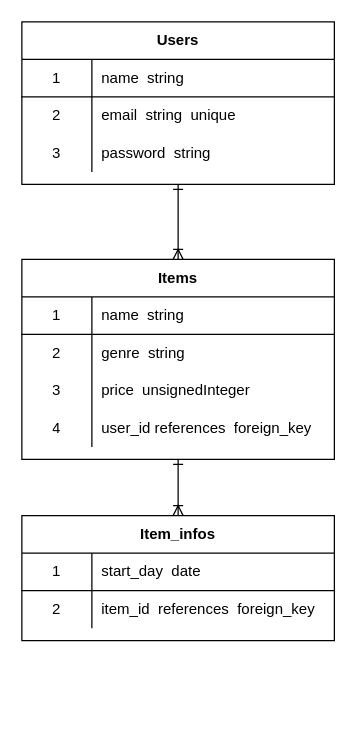
The draw.io diagram database_er.drawio in sawa8626/stocker, before the edit. Source tidied: cells renumbered, new cells numbered last; positions are measured from the earlier drawing's top-left corner, leaving out a move shared by most shapes. Both pictures are drawn from the tidied source at 125%, with x=0, y=0 at pixel (21, 21).
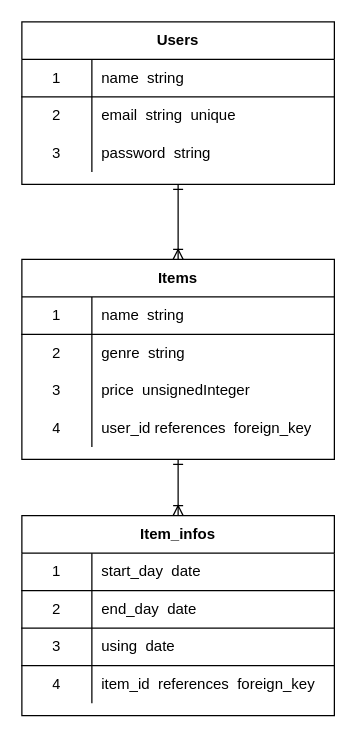
After the change.

What changed in the source:
```diff
@@
     <mxCell id="27" value="Item_infos" style="shape=table;html=1;whiteSpace=wrap;startSize=30;childLayout=tableLayout;rowLines=0;fontStyle=1;align=center;" parent="1" vertex="1">
-      <mxGeometry y="395" width="250" height="100" as="geometry" />
+      <mxGeometry y="395" width="250" height="160" as="geometry" />
     </mxCell>
+    <mxCell id="34" style="shape=partialRectangle;html=1;whiteSpace=wrap;fillColor=none;top=0;left=0;bottom=1;right=0;" parent="27" vertex="1">
+      <mxGeometry y="30" width="250" height="30" as="geometry" />
+    </mxCell>
+    <mxCell id="35" value="1" style="shape=partialRectangle;html=1;whiteSpace=wrap;fillColor=none;top=0;left=0;bottom=0;right=0;overflow=hidden;" parent="34" vertex="1">
+      <mxGeometry width="56" height="30" as="geometry" />
+    </mxCell>
+    <mxCell id="36" value="start_day&amp;nbsp; date" style="shape=partialRectangle;html=1;whiteSpace=wrap;fillColor=none;top=0;left=0;bottom=0;right=0;align=left;spacingLeft=6;overflow=hidden;" parent="34" vertex="1">
+      <mxGeometry x="56" width="194" height="30" as="geometry" />
+    </mxCell>
+    <mxCell id="37" style="shape=partialRectangle;html=1;whiteSpace=wrap;fillColor=none;top=0;left=0;bottom=1;right=0;" parent="27" vertex="1">
+      <mxGeometry y="60" width="250" height="30" as="geometry" />
+    </mxCell>
+    <mxCell id="38" value="2" style="shape=partialRectangle;html=1;whiteSpace=wrap;fillColor=none;top=0;left=0;bottom=0;right=0;overflow=hidden;" parent="37" vertex="1">
+      <mxGeometry width="56" height="30" as="geometry" />
+    </mxCell>
+    <mxCell id="39" value="end_day&amp;nbsp; date" style="shape=partialRectangle;html=1;whiteSpace=wrap;fillColor=none;top=0;left=0;bottom=0;right=0;align=left;spacingLeft=6;overflow=hidden;" parent="37" vertex="1">
+      <mxGeometry x="56" width="194" height="30" as="geometry" />
+    </mxCell>
     <mxCell id="28" style="shape=partialRectangle;html=1;whiteSpace=wrap;fillColor=none;top=0;left=0;bottom=1;right=0;" parent="27" vertex="1">
-      <mxGeometry y="30" width="250" height="30" as="geometry" />
+      <mxGeometry y="90" width="250" height="30" as="geometry" />
     </mxCell>
-    <mxCell id="29" value="1" style="shape=partialRectangle;html=1;whiteSpace=wrap;fillColor=none;top=0;left=0;bottom=0;right=0;overflow=hidden;" parent="28" vertex="1">
+    <mxCell id="29" value="3" style="shape=partialRectangle;html=1;whiteSpace=wrap;fillColor=none;top=0;left=0;bottom=0;right=0;overflow=hidden;" parent="28" vertex="1">
       <mxGeometry width="56" height="30" as="geometry" />
     </mxCell>
-    <mxCell id="30" value="start_day&amp;nbsp; date" style="shape=partialRectangle;html=1;whiteSpace=wrap;fillColor=none;top=0;left=0;bottom=0;right=0;align=left;spacingLeft=6;overflow=hidden;" parent="28" vertex="1">
+    <mxCell id="30" value="using&amp;nbsp; date" style="shape=partialRectangle;html=1;whiteSpace=wrap;fillColor=none;top=0;left=0;bottom=0;right=0;align=left;spacingLeft=6;overflow=hidden;" parent="28" vertex="1">
       <mxGeometry x="56" width="194" height="30" as="geometry" />
     </mxCell>
     <mxCell id="31" style="shape=partialRectangle;html=1;whiteSpace=wrap;fillColor=none;top=0;left=0;bottom=0;right=0;" parent="27" vertex="1">
-      <mxGeometry y="60" width="250" height="30" as="geometry" />
+      <mxGeometry y="120" width="250" height="30" as="geometry" />
     </mxCell>
-    <mxCell id="32" value="2" style="shape=partialRectangle;html=1;whiteSpace=wrap;fillColor=none;top=0;left=0;bottom=0;right=0;overflow=hidden;" parent="31" vertex="1">
+    <mxCell id="32" value="4" style="shape=partialRectangle;html=1;whiteSpace=wrap;fillColor=none;top=0;left=0;bottom=0;right=0;overflow=hidden;" parent="31" vertex="1">
       <mxGeometry width="56" height="30" as="geometry" />
     </mxCell>
```
